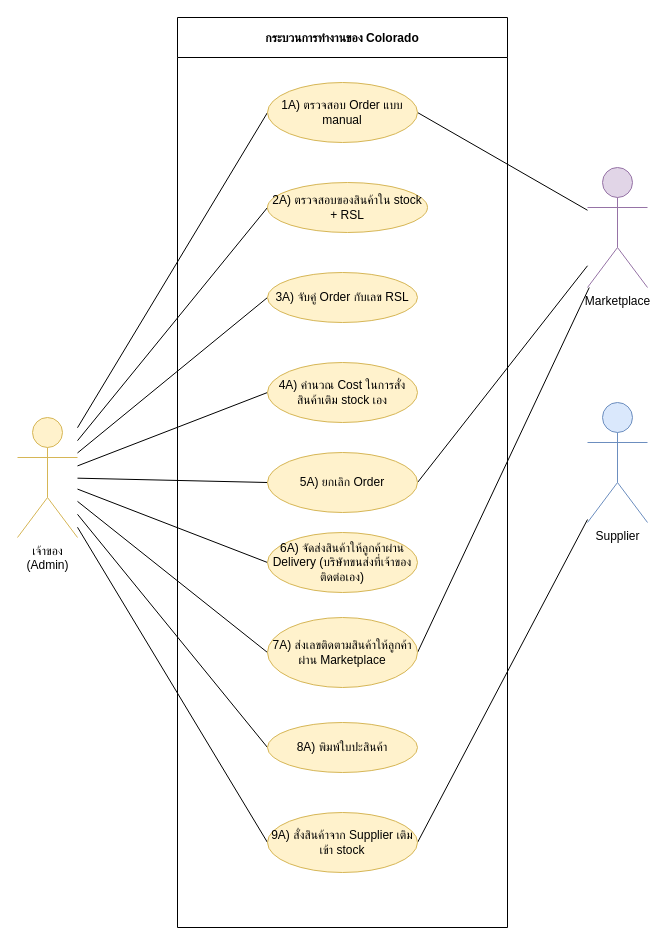
Earlier version of the draw.io diagram 02-chapter2-business-process/src/SA Project - UseCase-As-Is (fixed).drawio.xml (xbpkdi/321-sa-proj). Source tidied: cells renumbered, new cells numbered last; positions are measured from the earlier drawing's top-left corner, leaving out a move shared by most shapes. Both pictures are drawn from the tidied source at 100%, with x=0, y=0 at pixel (17, 17).
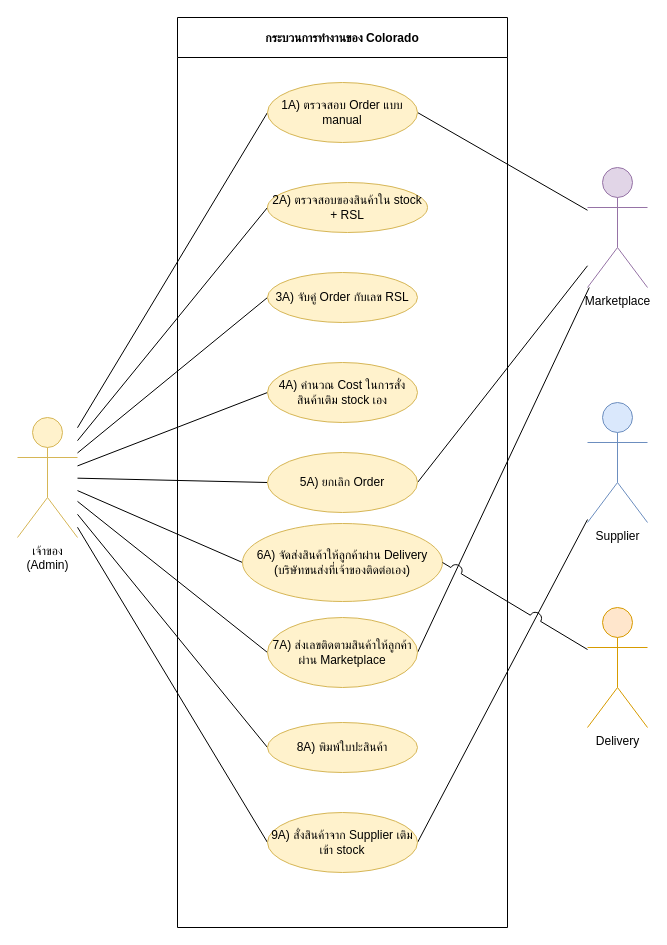
After the change.

Commit message (it also covers changes not shown here):
docs: fix labels and actors in business process and use case diagrams

Change to the diagram source:
```diff
@@
     <mxCell id="23" value="6A) จัดส่งสินค้าให้ลูกค้าผ่าน Delivery (บริษัทขนส่งที่เจ้าของติดต่อเอง)" style="ellipse;whiteSpace=wrap;html=1;shapeInside=1;fillColor=#FFF2CC;strokeColor=#D6B656;" parent="1" vertex="1">
-      <mxGeometry x="250" y="515" width="150" height="60" as="geometry" />
+      <mxGeometry x="225" y="506" width="200" height="78" as="geometry" />
     </mxCell>
@@
+    <mxCell id="28" value="Delivery" style="shape=umlActor;verticalLabelPosition=bottom;verticalAlign=top;html=1;outlineConnect=0;fillColor=#FFE6CC;strokeColor=#D79B00;" parent="1" vertex="1">
+      <mxGeometry x="570" y="590" width="60" height="120" as="geometry" />
+    </mxCell>
+    <mxCell id="29" style="edgeStyle=none;shape=connector;rounded=0;jettySize=auto;html=1;exitX=1;exitY=0.5;exitDx=0;exitDy=0;strokeColor=default;align=center;verticalAlign=middle;fontFamily=Helvetica;fontSize=20;fontColor=default;labelBackgroundColor=default;endArrow=none;endFill=0;jumpStyle=arc;jumpSize=12;" parent="1" edge="1" source="23" target="28">
+      <mxGeometry relative="1" as="geometry" />
+    </mxCell>
```
